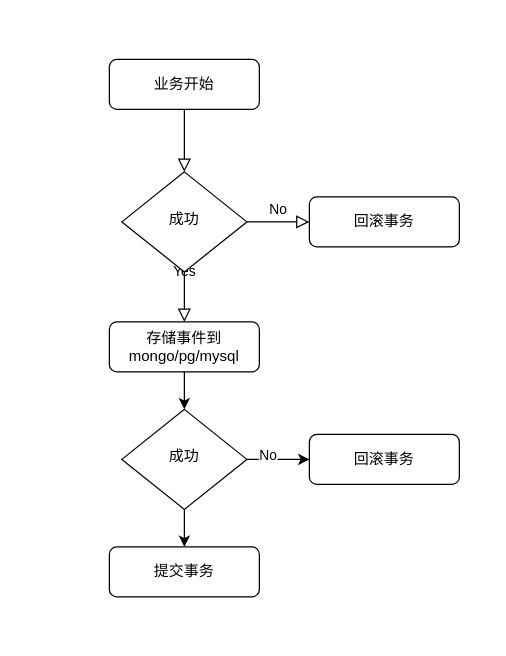
jiangzhanghong/studygit keeps this draw.io diagram as 未命名绘图.drawio. Above is the earlier version. Source tidied: cells renumbered, new cells numbered last; positions are measured from the earlier drawing's top-left corner, leaving out a move shared by most shapes. Both pictures are drawn from the tidied source at 125%, with x=0, y=0 at pixel (109, 59).
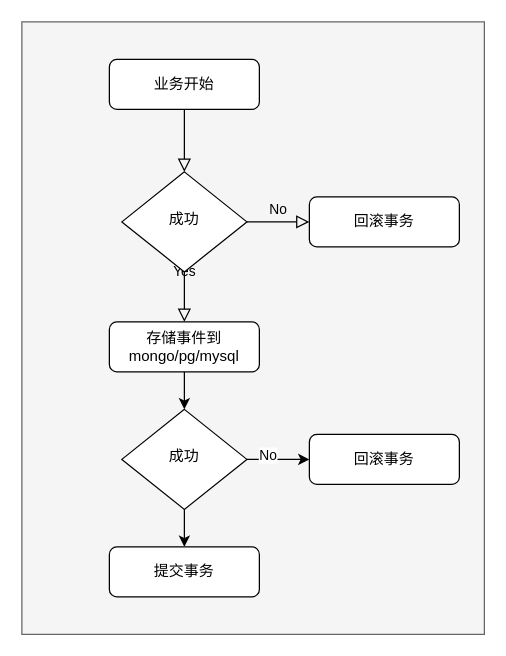
After the change.

Commit message:
更新未命名绘图.drawio

The edit, as a diff of the source:
```diff
@@
 <mxGraphModel>
   <root>
     <mxCell id="0" />
     <mxCell id="1" parent="0" />
+    <mxCell id="16" style="rounded=0;whiteSpace=wrap;html=1;fillColor=#f5f5f5;strokeColor=#666666;fontColor=#333333;" parent="1" vertex="1">
+      <mxGeometry x="-70" y="-30" width="370" height="490" as="geometry" />
+    </mxCell>
     <mxCell id="2" style="rounded=0;html=1;jettySize=auto;fontSize=11;endArrow=block;endFill=0;endSize=8;strokeWidth=1;shadow=0;labelBackgroundColor=none;edgeStyle=orthogonalEdgeStyle;" parent="1" edge="1" source="3" target="6">
       <mxGeometry relative="1" as="geometry" />
     </mxCell>
     <mxCell id="3" value="业务开始" style="rounded=1;whiteSpace=wrap;html=1;fontSize=12;glass=0;strokeWidth=1;shadow=0;" parent="1" vertex="1">
       <mxGeometry width="120" height="40" as="geometry" />
     </mxCell>
     <mxCell id="4" value="Yes" style="rounded=0;html=1;jettySize=auto;fontSize=11;endArrow=block;endFill=0;endSize=8;strokeWidth=1;shadow=0;labelBackgroundColor=none;edgeStyle=orthogonalEdgeStyle;" parent="1" edge="1" source="6">
       <mxGeometry y="20" relative="1" as="geometry">
         <mxPoint x="60" y="210" as="targetPoint" />
       </mxGeometry>
     </mxCell>
     <mxCell id="5" value="No" style="edgeStyle=orthogonalEdgeStyle;rounded=0;html=1;jettySize=auto;fontSize=11;endArrow=block;endFill=0;endSize=8;strokeWidth=1;shadow=0;labelBackgroundColor=none;" parent="1" edge="1" source="6" target="7">
       <mxGeometry y="10" relative="1" as="geometry" />
     </mxCell>
     <mxCell id="6" value="成功" style="rhombus;whiteSpace=wrap;html=1;shadow=0;fontFamily=Helvetica;fontSize=12;align=center;strokeWidth=1;spacing=6;spacingTop=-4;" parent="1" vertex="1">
       <mxGeometry x="10" y="90" width="100" height="80" as="geometry" />
     </mxCell>
     <mxCell id="7" value="回滚事务" style="rounded=1;whiteSpace=wrap;html=1;fontSize=12;glass=0;strokeWidth=1;shadow=0;" parent="1" vertex="1">
       <mxGeometry x="160" y="110" width="120" height="40" as="geometry" />
     </mxCell>
     <mxCell id="8" style="edgeStyle=orthogonalEdgeStyle;rounded=0;jettySize=auto;html=1;" parent="1" edge="1" source="9" target="13">
       <mxGeometry relative="1" as="geometry" />
     </mxCell>
     <mxCell id="9" value="存储事件到mongo/pg/mysql" style="rounded=1;whiteSpace=wrap;html=1;fontSize=12;glass=0;strokeWidth=1;shadow=0;" parent="1" vertex="1">
       <mxGeometry y="210" width="120" height="40" as="geometry" />
     </mxCell>
     <mxCell id="10" style="edgeStyle=orthogonalEdgeStyle;rounded=0;jettySize=auto;html=1;" parent="1" edge="1" source="13" target="14">
       <mxGeometry relative="1" as="geometry" />
     </mxCell>
     <mxCell id="11" value="No" style="edgeLabel;html=1;align=center;verticalAlign=middle;" parent="10" vertex="1">
       <mxGeometry x="-0.36" y="4" relative="1" as="geometry" />
     </mxCell>
     <mxCell id="12" style="edgeStyle=orthogonalEdgeStyle;rounded=0;jettySize=auto;html=1;" parent="1" edge="1" source="13" target="15">
       <mxGeometry relative="1" as="geometry" />
     </mxCell>
     <mxCell id="13" value="成功" style="rhombus;whiteSpace=wrap;html=1;shadow=0;fontFamily=Helvetica;fontSize=12;align=center;strokeWidth=1;spacing=6;spacingTop=-4;" parent="1" vertex="1">
       <mxGeometry x="10" y="280" width="100" height="80" as="geometry" />
     </mxCell>
     <mxCell id="14" value="回滚事务" style="rounded=1;whiteSpace=wrap;html=1;fontSize=12;glass=0;strokeWidth=1;shadow=0;" parent="1" vertex="1">
       <mxGeometry x="160" y="300" width="120" height="40" as="geometry" />
     </mxCell>
     <mxCell id="15" value="提交事务" style="rounded=1;whiteSpace=wrap;html=1;fontSize=12;glass=0;strokeWidth=1;shadow=0;" parent="1" vertex="1">
       <mxGeometry y="390" width="120" height="40" as="geometry" />
     </mxCell>
   </root>
 </mxGraphModel>
```
